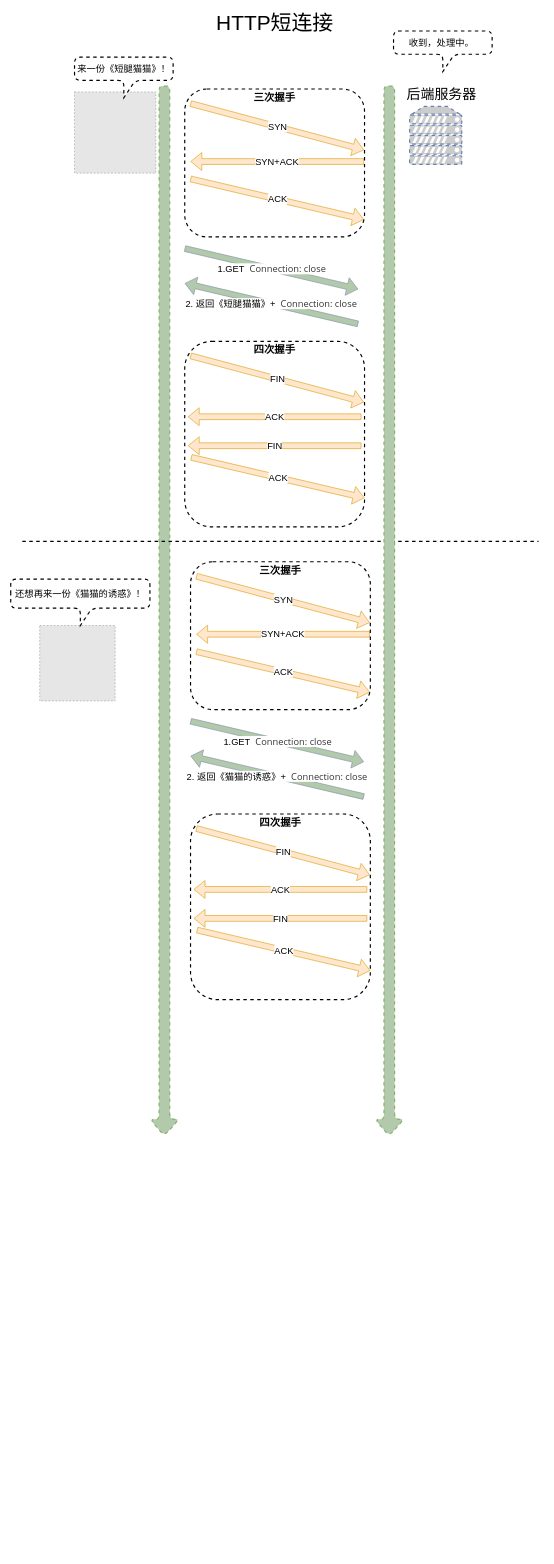
This is network/http短连接.drawio from xiaobaiTech/image, a draw.io file, before an edit. Source tidied: cells renumbered, new cells numbered last; positions are measured from the earlier drawing's top-left corner, leaving out a move shared by most shapes. Both pictures are drawn from the tidied source at 58%, with x=0, y=0 at pixel (10, 16). Pictures stored in the file or linked from it are replaced by grey dashed boxes.
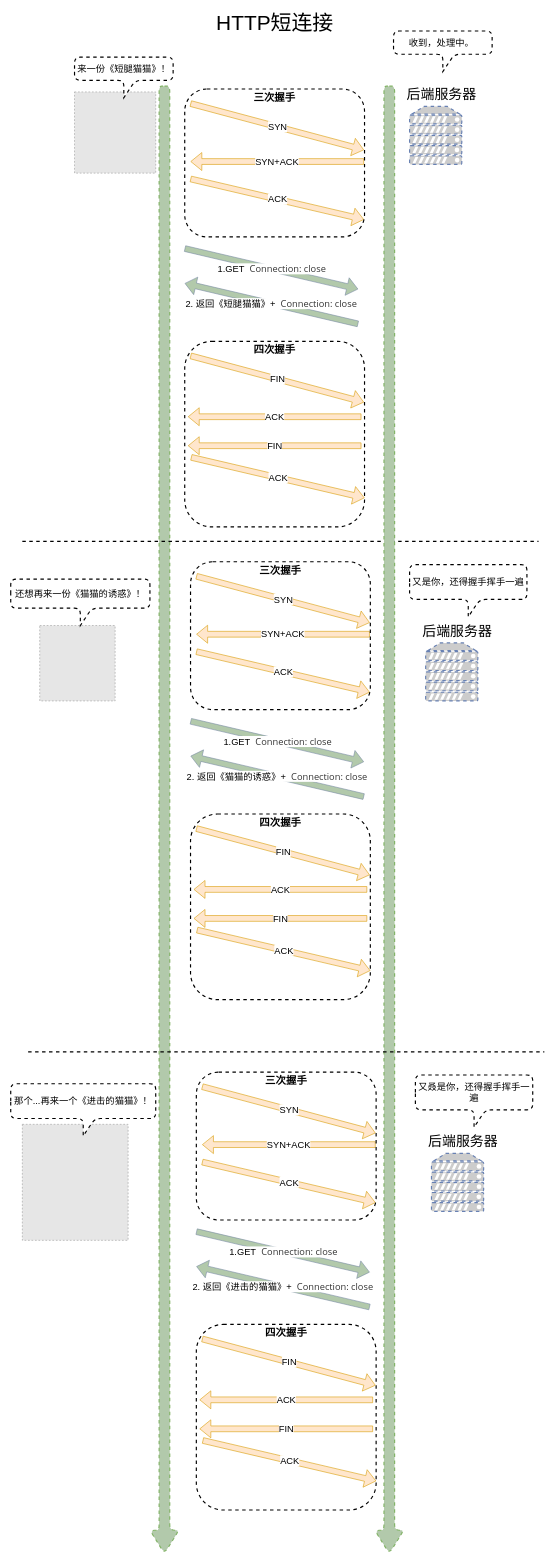
Above is the later version.

Diff of the diagram source:
```diff
@@
+    <mxCell id="39" style="fillColor=#E6E6E6;strokeColor=#999999;dashed=1;verticalLabelPosition=bottom;labelBackgroundColor=#ffffff;verticalAlign=top;" parent="1" vertex="1">
+      <mxGeometry x="20" y="1910" width="182.4" height="200" as="geometry" />
+    </mxCell>
@@
     <mxCell id="3" style="shape=singleArrow;direction=south;whiteSpace=wrap;html=1;rounded=1;shadow=0;dashed=1;labelBackgroundColor=none;sketch=0;strokeColor=#82B366;strokeWidth=2;fillColor=#B2C9AB;fontSize=16;fontColor=#000000;arrowWidth=0.36666666666666664;arrowSize=0.015841584158415842;" parent="1" vertex="1">
-      <mxGeometry x="240" y="120" width="50" height="1810" as="geometry" />
+      <mxGeometry x="240" y="120" width="50" height="2530" as="geometry" />
     </mxCell>
@@
     <mxCell id="38" style="shape=singleArrow;direction=south;whiteSpace=wrap;html=1;rounded=1;shadow=0;dashed=1;labelBackgroundColor=none;sketch=0;strokeColor=#82B366;strokeWidth=2;fillColor=#B2C9AB;fontSize=16;fontColor=#000000;arrowWidth=0.36666666666666664;arrowSize=0.015841584158415842;" parent="1" vertex="1">
-      <mxGeometry x="627.7" y="120" width="50" height="1810" as="geometry" />
+      <mxGeometry x="627.7" y="120" width="50" height="2530" as="geometry" />
     </mxCell>
+    <mxCell id="40" style="fontColor=#0066CC;verticalAlign=top;verticalLabelPosition=bottom;labelPosition=center;align=center;html=1;fillColor=#CCCCCC;strokeColor=#6881B3;gradientColor=none;gradientDirection=north;strokeWidth=2;shape=mxgraph.networks.server;rounded=1;shadow=0;dashed=1;labelBackgroundColor=none;sketch=0;" parent="1" vertex="1">
+      <mxGeometry x="715.4" y="1080" width="90" height="100" as="geometry" />
+    </mxCell>
+    <mxCell id="41" value="&lt;font style=&quot;font-size: 24px&quot;&gt;后端服务器&lt;/font&gt;" style="text;html=1;strokeColor=none;fillColor=none;align=center;verticalAlign=middle;whiteSpace=wrap;rounded=0;shadow=0;dashed=1;labelBackgroundColor=none;sketch=0;fontSize=16;fontColor=#000000;" parent="1" vertex="1">
+      <mxGeometry x="705.4" y="1050" width="130" height="20" as="geometry" />
+    </mxCell>
+    <mxCell id="42" value="又是你，还得握手挥手一遍" style="shape=callout;whiteSpace=wrap;html=1;perimeter=calloutPerimeter;rounded=1;shadow=0;dashed=1;labelBackgroundColor=none;sketch=0;strokeWidth=2;fontSize=16;" parent="1" vertex="1">
+      <mxGeometry x="687.7" y="945" width="202.3" height="90" as="geometry" />
+    </mxCell>
+    <mxCell id="43" style="rounded=1;whiteSpace=wrap;html=1;fillColor=none;dashed=1;strokeWidth=2;" parent="1" vertex="1">
+      <mxGeometry x="320" y="2255" width="310" height="320" as="geometry" />
+    </mxCell>
+    <mxCell id="44" value="1.GET&amp;nbsp;&amp;nbsp;&lt;span style=&quot;color: rgb(51 , 51 , 51) ; font-family: &amp;#34;open sans&amp;#34; , &amp;#34;clear sans&amp;#34; , &amp;#34;helvetica neue&amp;#34; , &amp;#34;helvetica&amp;#34; , &amp;#34;arial&amp;#34; , sans-serif ; text-align: left&quot;&gt;Connection: close&lt;/span&gt;" style="shape=flexArrow;endArrow=classic;html=1;strokeColor=#788AA3;fillColor=#B2C9AB;fontSize=16;fontColor=#000000;" parent="1" edge="1">
+      <mxGeometry relative="1" as="geometry">
+        <mxPoint x="320" y="2095" as="sourcePoint" />
+        <mxPoint x="619" y="2165" as="targetPoint" />
+      </mxGeometry>
+    </mxCell>
+    <mxCell id="45" value="SYN" style="shape=flexArrow;endArrow=classic;html=1;strokeColor=#d79b00;fillColor=#ffe6cc;fontSize=16;fontColor=#000000;" parent="1" edge="1">
+      <mxGeometry relative="1" as="geometry">
+        <mxPoint x="330" y="1845" as="sourcePoint" />
+        <mxPoint x="629" y="1925" as="targetPoint" />
+      </mxGeometry>
+    </mxCell>
+    <mxCell id="46" value="ACK" style="shape=flexArrow;endArrow=classic;html=1;strokeColor=#d79b00;fillColor=#ffe6cc;fontSize=16;fontColor=#000000;" parent="1" edge="1">
+      <mxGeometry relative="1" as="geometry">
+        <mxPoint x="330" y="1975" as="sourcePoint" />
+        <mxPoint x="629" y="2045" as="targetPoint" />
+      </mxGeometry>
+    </mxCell>
+    <mxCell id="47" value="SYN+ACK" style="shape=flexArrow;endArrow=classic;html=1;strokeColor=#d79b00;fillColor=#ffe6cc;fontSize=16;fontColor=#000000;" parent="1" edge="1">
+      <mxGeometry relative="1" as="geometry">
+        <mxPoint x="629" y="1945" as="sourcePoint" />
+        <mxPoint x="330" y="1945" as="targetPoint" />
+      </mxGeometry>
+    </mxCell>
+    <mxCell id="48" style="rounded=1;whiteSpace=wrap;html=1;fillColor=none;dashed=1;strokeWidth=2;" parent="1" vertex="1">
+      <mxGeometry x="320" y="1820" width="310" height="255" as="geometry" />
+    </mxCell>
+    <mxCell id="49" value="&lt;font style=&quot;font-size: 18px&quot;&gt;&lt;b&gt;三次握手&lt;/b&gt;&lt;/font&gt;" style="text;html=1;strokeColor=none;fillColor=none;align=center;verticalAlign=middle;whiteSpace=wrap;rounded=0;dashed=1;" parent="1" vertex="1">
+      <mxGeometry x="411.2" y="1825" width="127.5" height="20" as="geometry" />
+    </mxCell>
+    <mxCell id="50" value="2. 返回《&lt;span&gt;进击的猫猫&lt;/span&gt;》+&amp;nbsp;&amp;nbsp;&lt;span style=&quot;color: rgb(51 , 51 , 51) ; font-family: &amp;#34;open sans&amp;#34; , &amp;#34;clear sans&amp;#34; , &amp;#34;helvetica neue&amp;#34; , &amp;#34;helvetica&amp;#34; , &amp;#34;arial&amp;#34; , sans-serif ; text-align: left&quot;&gt;Connection: close&lt;/span&gt;" style="shape=flexArrow;endArrow=classic;html=1;strokeColor=#788AA3;fillColor=#B2C9AB;fontSize=16;fontColor=#000000;" parent="1" edge="1">
+      <mxGeometry relative="1" as="geometry">
+        <mxPoint x="619" y="2225" as="sourcePoint" />
+        <mxPoint x="320" y="2155" as="targetPoint" />
+      </mxGeometry>
+    </mxCell>
+    <mxCell id="51" value="FIN" style="shape=flexArrow;endArrow=classic;html=1;strokeColor=#d79b00;fillColor=#ffe6cc;fontSize=16;fontColor=#000000;" parent="1" edge="1">
+      <mxGeometry relative="1" as="geometry">
+        <mxPoint x="330" y="2280" as="sourcePoint" />
+        <mxPoint x="629" y="2360" as="targetPoint" />
+      </mxGeometry>
+    </mxCell>
+    <mxCell id="52" value="ACK" style="shape=flexArrow;endArrow=classic;html=1;strokeColor=#d79b00;fillColor=#ffe6cc;fontSize=16;fontColor=#000000;" parent="1" edge="1">
+      <mxGeometry relative="1" as="geometry">
+        <mxPoint x="331" y="2455" as="sourcePoint" />
+        <mxPoint x="630" y="2525" as="targetPoint" />
+      </mxGeometry>
+    </mxCell>
+    <mxCell id="53" value="ACK" style="shape=flexArrow;endArrow=classic;html=1;strokeColor=#d79b00;fillColor=#ffe6cc;fontSize=16;fontColor=#000000;" parent="1" edge="1">
+      <mxGeometry relative="1" as="geometry">
+        <mxPoint x="624.5" y="2385" as="sourcePoint" />
+        <mxPoint x="325.5" y="2385" as="targetPoint" />
+      </mxGeometry>
+    </mxCell>
+    <mxCell id="54" value="&lt;font style=&quot;font-size: 18px&quot;&gt;&lt;b&gt;四次握手&lt;/b&gt;&lt;/font&gt;" style="text;html=1;strokeColor=none;fillColor=none;align=center;verticalAlign=middle;whiteSpace=wrap;rounded=0;dashed=1;" parent="1" vertex="1">
+      <mxGeometry x="411.2" y="2260" width="127.5" height="20" as="geometry" />
+    </mxCell>
+    <mxCell id="55" value="FIN" style="shape=flexArrow;endArrow=classic;html=1;strokeColor=#d79b00;fillColor=#ffe6cc;fontSize=16;fontColor=#000000;" parent="1" edge="1">
+      <mxGeometry relative="1" as="geometry">
+        <mxPoint x="624.5" y="2435" as="sourcePoint" />
+        <mxPoint x="325.5" y="2435" as="targetPoint" />
+      </mxGeometry>
+    </mxCell>
+    <mxCell id="56" style="line;strokeWidth=2;html=1;dashed=1;fillColor=none;" parent="1" vertex="1">
+      <mxGeometry x="30" y="1780" width="890" height="10" as="geometry" />
+    </mxCell>
+    <mxCell id="57" value="那个...再来一个&lt;span style=&quot;background-color: rgb(255 , 255 , 255)&quot;&gt;《进击的猫猫》！&lt;/span&gt;" style="shape=callout;whiteSpace=wrap;html=1;perimeter=calloutPerimeter;rounded=1;shadow=0;dashed=1;labelBackgroundColor=none;sketch=0;strokeWidth=2;fontSize=16;" parent="1" vertex="1">
+      <mxGeometry y="1840" width="250" height="90" as="geometry" />
+    </mxCell>
+    <mxCell id="58" style="fontColor=#0066CC;verticalAlign=top;verticalLabelPosition=bottom;labelPosition=center;align=center;html=1;fillColor=#CCCCCC;strokeColor=#6881B3;gradientColor=none;gradientDirection=north;strokeWidth=2;shape=mxgraph.networks.server;rounded=1;shadow=0;dashed=1;labelBackgroundColor=none;sketch=0;" parent="1" vertex="1">
+      <mxGeometry x="725.4" y="1960" width="90" height="100" as="geometry" />
+    </mxCell>
+    <mxCell id="59" value="&lt;font style=&quot;font-size: 24px&quot;&gt;后端服务器&lt;/font&gt;" style="text;html=1;strokeColor=none;fillColor=none;align=center;verticalAlign=middle;whiteSpace=wrap;rounded=0;shadow=0;dashed=1;labelBackgroundColor=none;sketch=0;fontSize=16;fontColor=#000000;" parent="1" vertex="1">
+      <mxGeometry x="715.4" y="1930" width="130" height="20" as="geometry" />
+    </mxCell>
+    <mxCell id="60" value="又叒是你，还得握手挥手一遍" style="shape=callout;whiteSpace=wrap;html=1;perimeter=calloutPerimeter;rounded=1;shadow=0;dashed=1;labelBackgroundColor=none;sketch=0;strokeWidth=2;fontSize=16;" parent="1" vertex="1">
+      <mxGeometry x="697.7" y="1825" width="202.3" height="90" as="geometry" />
+    </mxCell>
```
